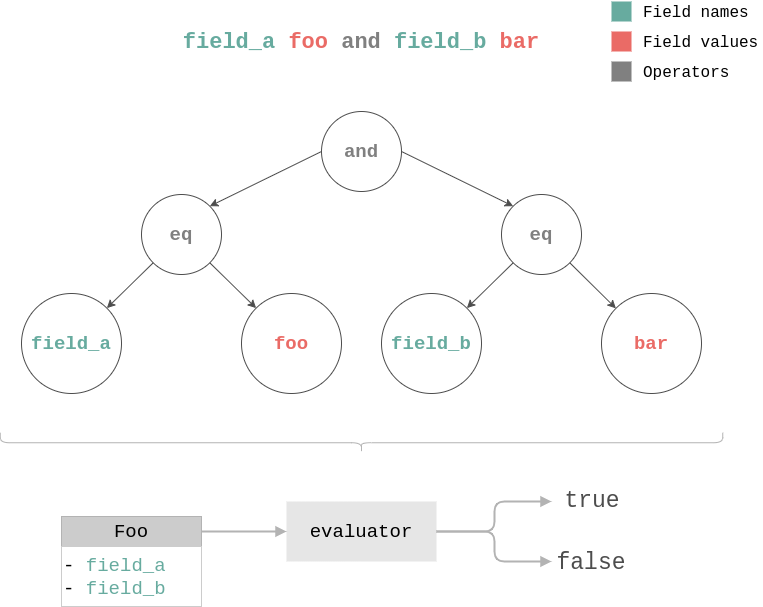
Above: docs/booleval.png in m-peko/booleval (draw.io), before the change. Source tidied: cells renumbered, new cells last; positions are measured from the earlier drawing's top-left corner, leaving out a move shared by most shapes. Source of this version:
```xml
<mxGraphModel>
  <root>
    <mxCell id="0" />
    <mxCell id="1" parent="0" />
    <mxCell id="2" value="&lt;font face=&quot;Courier New&quot; size=&quot;1&quot;&gt;&lt;b style=&quot;font-size: 22px&quot;&gt;&lt;font color=&quot;#67ab9f&quot;&gt;field_a&lt;/font&gt; &lt;font color=&quot;#ea6b66&quot;&gt;foo&lt;/font&gt; &lt;font color=&quot;#808080&quot;&gt;and&lt;/font&gt; &lt;font color=&quot;#67ab9f&quot;&gt;field_b&lt;/font&gt; &lt;font color=&quot;#ea6b66&quot;&gt;bar&lt;/font&gt;&lt;/b&gt;&lt;/font&gt;" style="text;html=1;strokeColor=none;fillColor=none;align=center;verticalAlign=middle;whiteSpace=wrap;rounded=0;fontSize=21;" parent="1" vertex="1">
      <mxGeometry x="110" y="30" width="460" height="20" as="geometry" />
    </mxCell>
    <mxCell id="3" style="group;" parent="1" vertex="1">
      <mxGeometry x="590" width="150" height="80" as="geometry" />
    </mxCell>
    <mxCell id="4" style="rounded=0;whiteSpace=wrap;html=1;fontSize=21;strokeColor=none;fillColor=#67AB9F;" parent="3" vertex="1">
      <mxGeometry width="20" height="20" as="geometry" />
    </mxCell>
    <mxCell id="5" style="rounded=0;whiteSpace=wrap;html=1;fontSize=21;strokeColor=none;fillColor=#EA6B66;" parent="3" vertex="1">
      <mxGeometry y="30" width="20" height="20" as="geometry" />
    </mxCell>
    <mxCell id="6" style="rounded=0;whiteSpace=wrap;html=1;fontSize=21;strokeColor=none;fillColor=#808080;" parent="3" vertex="1">
      <mxGeometry y="60" width="20" height="20" as="geometry" />
    </mxCell>
    <mxCell id="7" value="&lt;font face=&quot;Courier New&quot; style=&quot;font-size: 16px&quot;&gt;Field names&lt;/font&gt;" style="text;html=1;strokeColor=none;fillColor=none;align=left;verticalAlign=middle;whiteSpace=wrap;rounded=0;fontSize=19;" parent="3" vertex="1">
      <mxGeometry x="30" width="120" height="20" as="geometry" />
    </mxCell>
    <mxCell id="8" value="&lt;font style=&quot;font-size: 16px&quot; face=&quot;Courier New&quot;&gt;Field values&lt;/font&gt;" style="text;html=1;strokeColor=none;fillColor=none;align=left;verticalAlign=middle;whiteSpace=wrap;rounded=0;fontSize=19;" parent="3" vertex="1">
      <mxGeometry x="30" y="30" width="120" height="20" as="geometry" />
    </mxCell>
    <mxCell id="9" value="&lt;font face=&quot;Courier New&quot; style=&quot;font-size: 16px&quot;&gt;Operators&lt;/font&gt;" style="text;html=1;strokeColor=none;fillColor=none;align=left;verticalAlign=middle;whiteSpace=wrap;rounded=0;fontSize=19;" parent="3" vertex="1">
      <mxGeometry x="30" y="60" width="120" height="20" as="geometry" />
    </mxCell>
    <mxCell id="10" value="&lt;b&gt;&lt;font face=&quot;Courier New&quot; color=&quot;#808080&quot;&gt;eq&lt;/font&gt;&lt;/b&gt;" style="ellipse;whiteSpace=wrap;html=1;fillColor=#FFFFFF;fontSize=19;strokeColor=#4D4D4D;" parent="1" vertex="1">
      <mxGeometry x="480" y="193" width="80" height="80" as="geometry" />
    </mxCell>
    <mxCell id="11" value="&lt;b&gt;&lt;font face=&quot;Courier New&quot; color=&quot;#808080&quot;&gt;and&lt;/font&gt;&lt;/b&gt;" style="ellipse;whiteSpace=wrap;html=1;fillColor=#FFFFFF;fontSize=19;strokeColor=#4D4D4D;" parent="1" vertex="1">
      <mxGeometry x="300" y="110" width="80" height="80" as="geometry" />
    </mxCell>
    <mxCell id="12" value="&lt;b&gt;&lt;font face=&quot;Courier New&quot; color=&quot;#808080&quot;&gt;eq&lt;/font&gt;&lt;/b&gt;" style="ellipse;whiteSpace=wrap;html=1;fillColor=#FFFFFF;fontSize=19;strokeColor=#4D4D4D;" parent="1" vertex="1">
      <mxGeometry x="120" y="193" width="80" height="80" as="geometry" />
    </mxCell>
    <mxCell id="13" value="&lt;b&gt;&lt;font color=&quot;#67ab9f&quot; face=&quot;Courier New&quot;&gt;field_a&lt;/font&gt;&lt;/b&gt;" style="ellipse;whiteSpace=wrap;html=1;fillColor=#FFFFFF;fontSize=19;strokeColor=#4D4D4D;" parent="1" vertex="1">
      <mxGeometry y="292" width="100" height="100" as="geometry" />
    </mxCell>
    <mxCell id="14" value="&lt;b&gt;&lt;font color=&quot;#67ab9f&quot; face=&quot;Courier New&quot;&gt;field_b&lt;/font&gt;&lt;/b&gt;" style="ellipse;whiteSpace=wrap;html=1;fillColor=#FFFFFF;fontSize=19;strokeColor=#4D4D4D;" parent="1" vertex="1">
      <mxGeometry x="360" y="292" width="100" height="100" as="geometry" />
    </mxCell>
    <mxCell id="15" value="&lt;font face=&quot;Courier New&quot; color=&quot;#ea6b66&quot;&gt;&lt;b&gt;foo&lt;/b&gt;&lt;/font&gt;" style="ellipse;whiteSpace=wrap;html=1;fillColor=#FFFFFF;fontSize=19;strokeColor=#4D4D4D;" parent="1" vertex="1">
      <mxGeometry x="220" y="292" width="100" height="100" as="geometry" />
    </mxCell>
    <mxCell id="16" value="&lt;font face=&quot;Courier New&quot; color=&quot;#ea6b66&quot;&gt;&lt;b&gt;bar&lt;/b&gt;&lt;/font&gt;" style="ellipse;whiteSpace=wrap;html=1;fillColor=#FFFFFF;fontSize=19;strokeColor=#4D4D4D;" parent="1" vertex="1">
      <mxGeometry x="580" y="292" width="100" height="100" as="geometry" />
    </mxCell>
    <mxCell id="17" style="endArrow=classic;html=1;fontSize=19;entryX=1;entryY=0;entryDx=0;entryDy=0;exitX=0;exitY=0.5;exitDx=0;exitDy=0;strokeColor=#4D4D4D;" parent="1" edge="1" source="11" target="12">
      <mxGeometry relative="1" as="geometry" />
    </mxCell>
    <mxCell id="18" style="endArrow=classic;html=1;fontSize=19;entryX=0;entryY=0;entryDx=0;entryDy=0;exitX=1;exitY=0.5;exitDx=0;exitDy=0;strokeColor=#4D4D4D;" parent="1" edge="1" source="11" target="10">
      <mxGeometry relative="1" as="geometry" />
    </mxCell>
    <mxCell id="19" style="endArrow=classic;html=1;fontSize=19;entryX=1;entryY=0;entryDx=0;entryDy=0;exitX=0;exitY=1;exitDx=0;exitDy=0;strokeColor=#4D4D4D;" parent="1" edge="1" source="12" target="13">
      <mxGeometry relative="1" as="geometry" />
    </mxCell>
    <mxCell id="20" style="endArrow=classic;html=1;fontSize=19;entryX=0;entryY=0;entryDx=0;entryDy=0;exitX=1;exitY=1;exitDx=0;exitDy=0;strokeColor=#4D4D4D;" parent="1" edge="1" source="12" target="15">
      <mxGeometry relative="1" as="geometry" />
    </mxCell>
    <mxCell id="21" style="endArrow=classic;html=1;fontSize=19;entryX=1;entryY=0;entryDx=0;entryDy=0;exitX=0;exitY=1;exitDx=0;exitDy=0;strokeColor=#4D4D4D;" parent="1" edge="1" source="10" target="14">
      <mxGeometry relative="1" as="geometry" />
    </mxCell>
    <mxCell id="22" style="endArrow=classic;html=1;fontSize=19;exitX=1;exitY=1;exitDx=0;exitDy=0;strokeColor=#4D4D4D;" parent="1" edge="1" source="10" target="16">
      <mxGeometry relative="1" as="geometry" />
    </mxCell>
    <mxCell id="23" style="shape=curlyBracket;whiteSpace=wrap;html=1;rounded=1;fillColor=#FFFFFF;fontSize=19;rotation=-90;strokeColor=#B3B3B3;" parent="1" vertex="1">
      <mxGeometry x="330" y="80" width="20" height="722.5" as="geometry" />
    </mxCell>
    <mxCell id="24" value="&lt;font face=&quot;Courier New&quot;&gt;evaluator&lt;/font&gt;" style="rounded=0;whiteSpace=wrap;html=1;strokeColor=none;fillColor=#E6E6E6;fontSize=19;" parent="1" vertex="1">
      <mxGeometry x="265" y="500" width="150" height="60" as="geometry" />
    </mxCell>
    <mxCell id="25" style="group;" parent="1" vertex="1">
      <mxGeometry x="40" y="515" width="140" height="90" as="geometry" />
    </mxCell>
    <mxCell id="26" value="&lt;font face=&quot;Courier New&quot;&gt;Foo&lt;/font&gt;" style="rounded=0;whiteSpace=wrap;html=1;strokeColor=#B3B3B3;fillColor=#CCCCCC;fontSize=19;align=center;" parent="25" vertex="1">
      <mxGeometry width="140" height="30" as="geometry" />
    </mxCell>
    <mxCell id="27" value="&lt;font face=&quot;Courier New&quot;&gt;- &lt;font color=&quot;#67ab9f&quot;&gt;field_a&lt;/font&gt;&lt;br&gt;- &lt;font color=&quot;#67ab9f&quot;&gt;field_b&lt;/font&gt;&lt;/font&gt;" style="rounded=0;whiteSpace=wrap;html=1;strokeColor=#CCCCCC;fillColor=#FFFFFF;fontSize=19;align=left;" parent="25" vertex="1">
      <mxGeometry y="30" width="140" height="60" as="geometry" />
    </mxCell>
    <mxCell id="28" style="endArrow=block;html=1;fontSize=19;entryX=0;entryY=0.5;entryDx=0;entryDy=0;exitX=1;exitY=0.5;exitDx=0;exitDy=0;strokeWidth=2;endFill=1;strokeColor=#B3B3B3;" parent="1" edge="1" source="26" target="24">
      <mxGeometry relative="1" as="geometry" />
    </mxCell>
    <mxCell id="29" value="&lt;font style=&quot;font-size: 23px&quot; face=&quot;Courier New&quot; color=&quot;#4d4d4d&quot;&gt;true&lt;/font&gt;" style="text;html=1;strokeColor=none;fillColor=none;align=center;verticalAlign=middle;whiteSpace=wrap;rounded=0;fontSize=19;" parent="1" vertex="1">
      <mxGeometry x="551" y="490" width="40" height="20" as="geometry" />
    </mxCell>
    <mxCell id="30" value="&lt;font style=&quot;font-size: 23px&quot; face=&quot;Courier New&quot; color=&quot;#4d4d4d&quot;&gt;false&lt;/font&gt;" style="text;html=1;strokeColor=none;fillColor=none;align=center;verticalAlign=middle;whiteSpace=wrap;rounded=0;fontSize=19;" parent="1" vertex="1">
      <mxGeometry x="550" y="552" width="40" height="20" as="geometry" />
    </mxCell>
    <mxCell id="31" style="edgeStyle=elbowEdgeStyle;elbow=horizontal;endArrow=block;html=1;strokeColor=#B3B3B3;strokeWidth=2;fontSize=19;endFill=1;" parent="1" edge="1">
      <mxGeometry relative="1" as="geometry">
        <mxPoint x="415" y="530" as="sourcePoint" />
        <mxPoint x="530" y="500" as="targetPoint" />
      </mxGeometry>
    </mxCell>
    <mxCell id="32" style="edgeStyle=elbowEdgeStyle;elbow=horizontal;endArrow=block;html=1;strokeColor=#B3B3B3;strokeWidth=2;fontSize=19;endFill=1;" parent="1" edge="1">
      <mxGeometry relative="1" as="geometry">
        <mxPoint x="415" y="530" as="sourcePoint" />
        <mxPoint x="530" y="560" as="targetPoint" />
      </mxGeometry>
    </mxCell>
  </root>
</mxGraphModel>
```
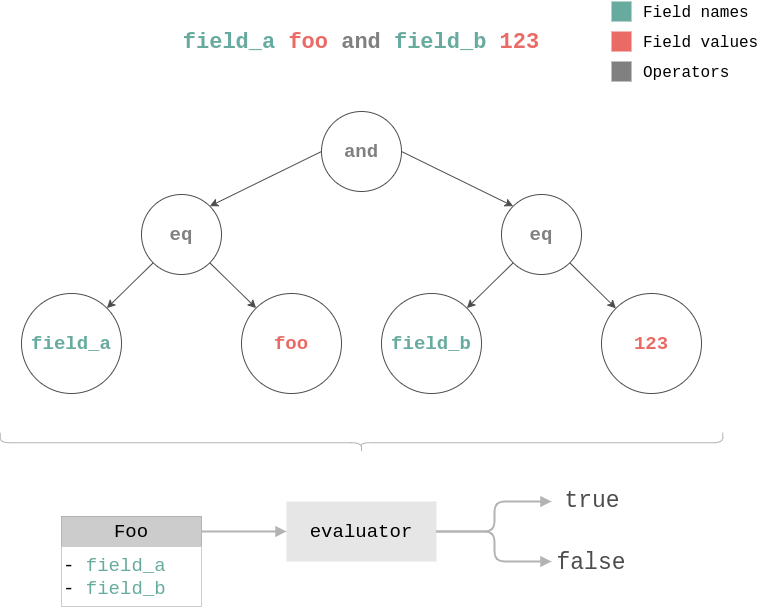
Above is the later version.

What changed in the source:
```diff
@@ -2,7 +2,7 @@
   <root>
     <mxCell id="0" />
     <mxCell id="1" parent="0" />
-    <mxCell id="2" value="&lt;font face=&quot;Courier New&quot; size=&quot;1&quot;&gt;&lt;b style=&quot;font-size: 22px&quot;&gt;&lt;font color=&quot;#67ab9f&quot;&gt;field_a&lt;/font&gt; &lt;font color=&quot;#ea6b66&quot;&gt;foo&lt;/font&gt; &lt;font color=&quot;#808080&quot;&gt;and&lt;/font&gt; &lt;font color=&quot;#67ab9f&quot;&gt;field_b&lt;/font&gt; &lt;font color=&quot;#ea6b66&quot;&gt;bar&lt;/font&gt;&lt;/b&gt;&lt;/font&gt;" style="text;html=1;strokeColor=none;fillColor=none;align=center;verticalAlign=middle;whiteSpace=wrap;rounded=0;fontSize=21;" parent="1" vertex="1">
+    <mxCell id="2" value="&lt;font face=&quot;Courier New&quot; size=&quot;1&quot;&gt;&lt;b style=&quot;font-size: 22px&quot;&gt;&lt;font color=&quot;#67ab9f&quot;&gt;field_a&lt;/font&gt; &lt;font color=&quot;#ea6b66&quot;&gt;foo&lt;/font&gt; &lt;font color=&quot;#808080&quot;&gt;and&lt;/font&gt; &lt;font color=&quot;#67ab9f&quot;&gt;field_b&lt;/font&gt; &lt;font color=&quot;#ea6b66&quot;&gt;123&lt;/font&gt;&lt;/b&gt;&lt;/font&gt;" style="text;html=1;strokeColor=none;fillColor=none;align=center;verticalAlign=middle;whiteSpace=wrap;rounded=0;fontSize=21;" parent="1" vertex="1">
       <mxGeometry x="110" y="30" width="460" height="20" as="geometry" />
     </mxCell>
     <mxCell id="3" style="group;" parent="1" vertex="1">
@@ -44,7 +44,7 @@
     <mxCell id="15" value="&lt;font face=&quot;Courier New&quot; color=&quot;#ea6b66&quot;&gt;&lt;b&gt;foo&lt;/b&gt;&lt;/font&gt;" style="ellipse;whiteSpace=wrap;html=1;fillColor=#FFFFFF;fontSize=19;strokeColor=#4D4D4D;" parent="1" vertex="1">
       <mxGeometry x="220" y="292" width="100" height="100" as="geometry" />
     </mxCell>
-    <mxCell id="16" value="&lt;font face=&quot;Courier New&quot; color=&quot;#ea6b66&quot;&gt;&lt;b&gt;bar&lt;/b&gt;&lt;/font&gt;" style="ellipse;whiteSpace=wrap;html=1;fillColor=#FFFFFF;fontSize=19;strokeColor=#4D4D4D;" parent="1" vertex="1">
+    <mxCell id="16" value="&lt;font face=&quot;Courier New&quot; color=&quot;#ea6b66&quot;&gt;&lt;b&gt;123&lt;/b&gt;&lt;/font&gt;" style="ellipse;whiteSpace=wrap;html=1;fillColor=#FFFFFF;fontSize=19;strokeColor=#4D4D4D;" parent="1" vertex="1">
       <mxGeometry x="580" y="292" width="100" height="100" as="geometry" />
     </mxCell>
     <mxCell id="17" style="endArrow=classic;html=1;fontSize=19;entryX=1;entryY=0;entryDx=0;entryDy=0;exitX=0;exitY=0.5;exitDx=0;exitDy=0;strokeColor=#4D4D4D;" parent="1" edge="1" source="11" target="12">
```
